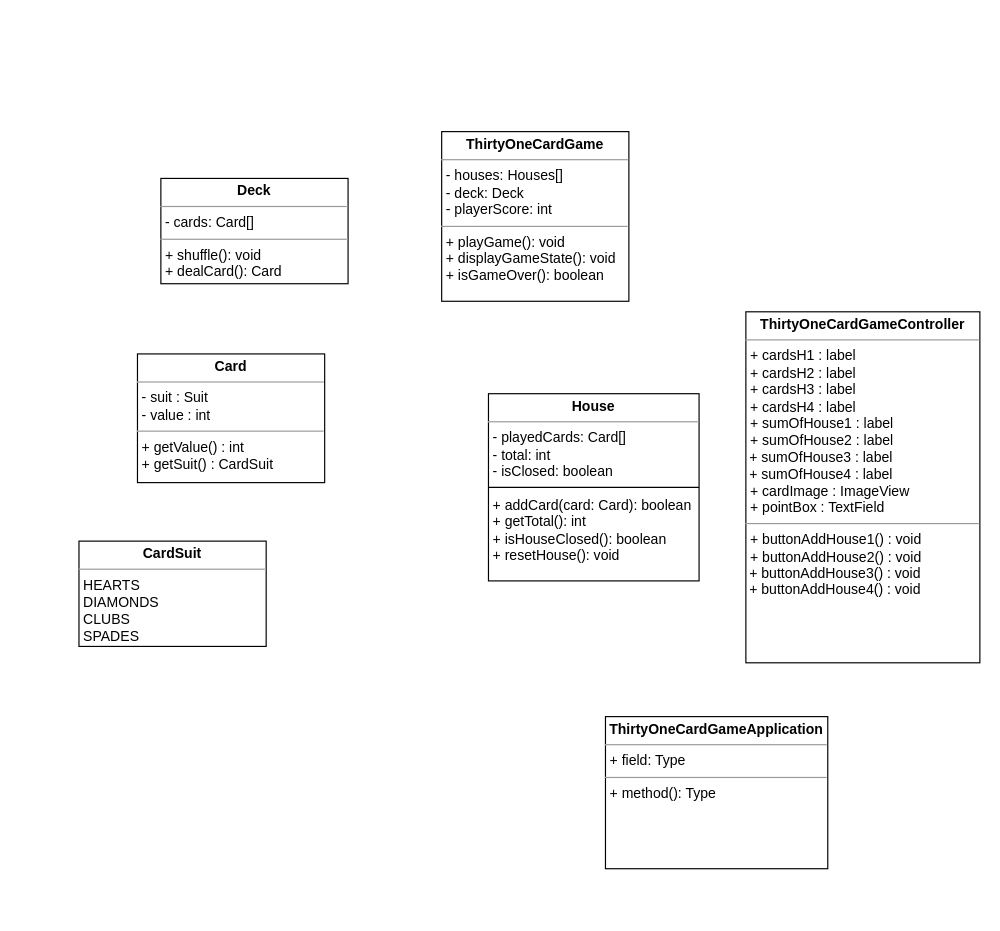
Panosvle/onedaychallenge2 keeps this draw.io diagram as oop_odc_v1.drawio. Above is the earlier version. Source tidied: cells renumbered, new cells numbered last; positions are measured from the earlier drawing's top-left corner, leaving out a move shared by most shapes. Both pictures are drawn from the tidied source at 117%, with x=0, y=0 at pixel (78, 131).
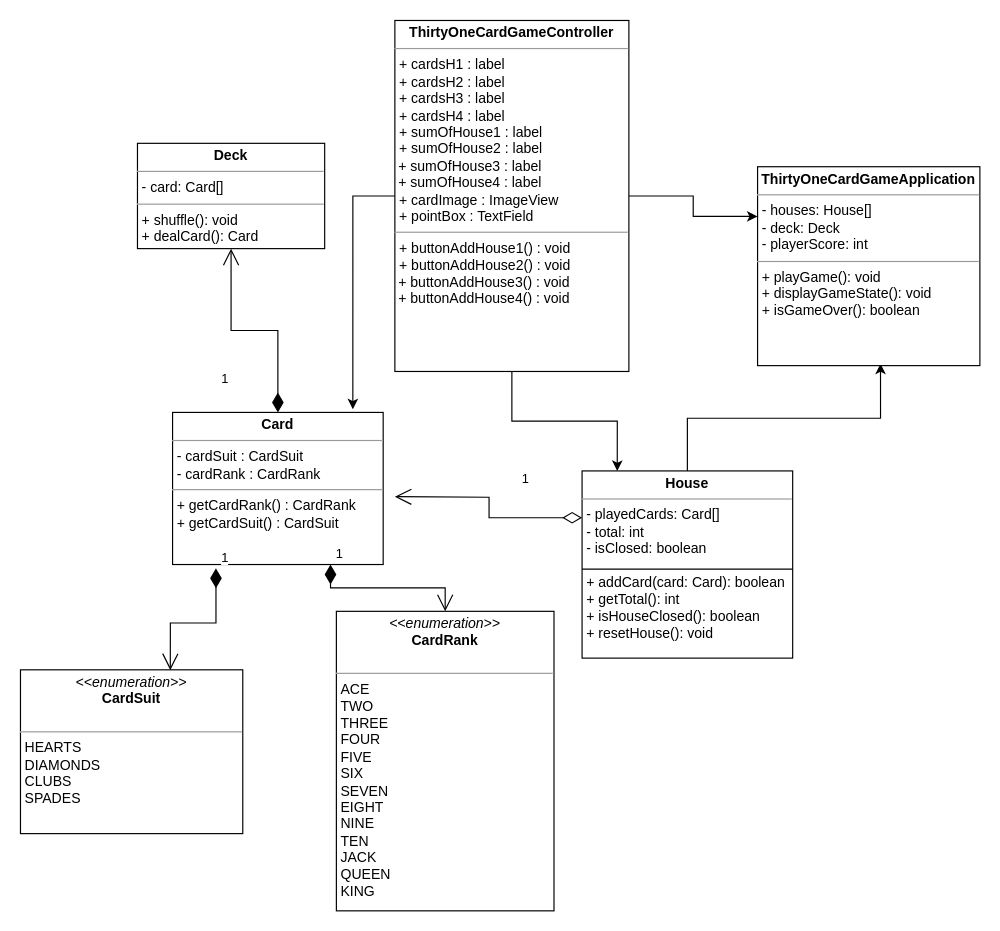
Above is the later version.

Diff of the diagram source:
```diff
@@
-    <mxCell id="2" value="&lt;p style=&quot;margin:0px;margin-top:4px;text-align:center;&quot;&gt;&lt;b&gt;Card&lt;/b&gt;&lt;/p&gt;&lt;hr size=&quot;1&quot;&gt;&lt;p style=&quot;margin:0px;margin-left:4px;&quot;&gt;- suit : Suit&lt;/p&gt;&lt;p style=&quot;margin:0px;margin-left:4px;&quot;&gt;- value : int&lt;/p&gt;&lt;hr size=&quot;1&quot;&gt;&lt;p style=&quot;margin:0px;margin-left:4px;&quot;&gt;+ getValue() : int&lt;/p&gt;&lt;p style=&quot;margin:0px;margin-left:4px;&quot;&gt;+ getSuit() : CardSuit&lt;/p&gt;&lt;p style=&quot;margin:0px;margin-left:4px;&quot;&gt;&lt;br&gt;&lt;/p&gt;&lt;p style=&quot;margin:0px;margin-left:4px;&quot;&gt;&lt;br&gt;&lt;/p&gt;" style="verticalAlign=top;align=left;overflow=fill;fontSize=12;fontFamily=Helvetica;html=1;whiteSpace=wrap;" parent="1" vertex="1">
-      <mxGeometry x="50" y="190" width="160" height="110" as="geometry" />
+    <mxCell id="2" value="&lt;p style=&quot;margin:0px;margin-top:4px;text-align:center;&quot;&gt;&lt;b&gt;Card&lt;/b&gt;&lt;/p&gt;&lt;hr size=&quot;1&quot;&gt;&lt;p style=&quot;margin:0px;margin-left:4px;&quot;&gt;- cardSuit : CardSuit&lt;/p&gt;&lt;p style=&quot;margin:0px;margin-left:4px;&quot;&gt;- cardRank : CardRank&lt;/p&gt;&lt;hr size=&quot;1&quot;&gt;&lt;p style=&quot;margin:0px;margin-left:4px;&quot;&gt;+ getCardRank() : CardRank&lt;/p&gt;&lt;p style=&quot;margin:0px;margin-left:4px;&quot;&gt;+ getCardSuit() : CardSuit&lt;/p&gt;&lt;p style=&quot;margin:0px;margin-left:4px;&quot;&gt;&lt;br&gt;&lt;/p&gt;&lt;p style=&quot;margin:0px;margin-left:4px;&quot;&gt;&lt;br&gt;&lt;/p&gt;" style="verticalAlign=top;align=left;overflow=fill;fontSize=12;fontFamily=Helvetica;html=1;whiteSpace=wrap;" parent="1" vertex="1">
+      <mxGeometry x="80" y="240" width="180" height="130" as="geometry" />
     </mxCell>
-    <mxCell id="3" value="&lt;p style=&quot;margin:0px;margin-top:4px;text-align:center;&quot;&gt;&lt;b&gt;CardSuit&lt;/b&gt;&lt;/p&gt;&lt;hr size=&quot;1&quot;&gt;&lt;p style=&quot;margin:0px;margin-left:4px;&quot;&gt;&lt;/p&gt;&lt;p style=&quot;margin:0px;margin-left:4px;&quot;&gt;HEARTS&lt;/p&gt;&lt;p style=&quot;margin:0px;margin-left:4px;&quot;&gt;DIAMONDS&lt;/p&gt;&lt;p style=&quot;margin:0px;margin-left:4px;&quot;&gt;CLUBS&lt;/p&gt;&lt;p style=&quot;margin:0px;margin-left:4px;&quot;&gt;SPADES&lt;/p&gt;" style="verticalAlign=top;align=left;overflow=fill;fontSize=12;fontFamily=Helvetica;html=1;whiteSpace=wrap;" parent="1" vertex="1">
-      <mxGeometry y="350" width="160" height="90" as="geometry" />
-    </mxCell>
-    <mxCell id="4" value="&lt;p style=&quot;margin:0px;margin-top:4px;text-align:center;&quot;&gt;&lt;b&gt;Deck&lt;/b&gt;&lt;/p&gt;&lt;hr size=&quot;1&quot;&gt;&lt;p style=&quot;margin:0px;margin-left:4px;&quot;&gt;- cards: Card[]&lt;/p&gt;&lt;hr size=&quot;1&quot;&gt;&lt;p style=&quot;margin:0px;margin-left:4px;&quot;&gt;+ shuffle(): void&lt;/p&gt;&lt;p style=&quot;margin:0px;margin-left:4px;&quot;&gt;+ dealCard(): Card&lt;/p&gt;" style="verticalAlign=top;align=left;overflow=fill;fontSize=12;fontFamily=Helvetica;html=1;whiteSpace=wrap;" parent="1" vertex="1">
-      <mxGeometry x="70" y="40" width="160" height="90" as="geometry" />
+    <mxCell id="4" value="&lt;p style=&quot;margin:0px;margin-top:4px;text-align:center;&quot;&gt;&lt;b&gt;Deck&lt;/b&gt;&lt;/p&gt;&lt;hr size=&quot;1&quot;&gt;&lt;p style=&quot;margin:0px;margin-left:4px;&quot;&gt;- card: Card[]&lt;/p&gt;&lt;hr size=&quot;1&quot;&gt;&lt;p style=&quot;margin:0px;margin-left:4px;&quot;&gt;+ shuffle(): void&lt;/p&gt;&lt;p style=&quot;margin:0px;margin-left:4px;&quot;&gt;+ dealCard(): Card&lt;/p&gt;" style="verticalAlign=top;align=left;overflow=fill;fontSize=12;fontFamily=Helvetica;html=1;whiteSpace=wrap;" parent="1" vertex="1">
+      <mxGeometry x="50" y="10" width="160" height="90" as="geometry" />
     </mxCell>
+    <mxCell id="10" style="edgeStyle=orthogonalEdgeStyle;rounded=0;jettySize=auto;html=1;exitX=0.5;exitY=0;exitDx=0;exitDy=0;entryX=0.553;entryY=0.99;entryDx=0;entryDy=0;entryPerimeter=0;" parent="1" edge="1" source="5" target="7">
+      <mxGeometry relative="1" as="geometry" />
+    </mxCell>
     <mxCell id="5" value="&lt;p style=&quot;margin:0px;margin-top:4px;text-align:center;&quot;&gt;&lt;b&gt;House&lt;/b&gt;&lt;/p&gt;&lt;hr size=&quot;1&quot;&gt;&lt;p style=&quot;margin:0px;margin-left:4px;&quot;&gt;- playedCards: Card[]&lt;/p&gt;&lt;p style=&quot;margin:0px;margin-left:4px;&quot;&gt;- total: int&lt;/p&gt;&lt;p style=&quot;margin:0px;margin-left:4px;&quot;&gt;- isClosed: boolean&lt;/p&gt;&lt;p style=&quot;margin:0px;margin-left:4px;&quot;&gt;&lt;br&gt;&lt;/p&gt;&lt;p style=&quot;margin:0px;margin-left:4px;&quot;&gt;+ addCard(card: Card): boolean&lt;/p&gt;&lt;p style=&quot;margin:0px;margin-left:4px;&quot;&gt;+ getTotal(): int&lt;/p&gt;&lt;p style=&quot;margin:0px;margin-left:4px;&quot;&gt;+ isHouseClosed(): boolean&lt;/p&gt;&lt;p style=&quot;margin:0px;margin-left:4px;&quot;&gt;+ resetHouse(): void&lt;/p&gt;" style="verticalAlign=top;align=left;overflow=fill;fontSize=12;fontFamily=Helvetica;html=1;whiteSpace=wrap;" parent="1" vertex="1">
-      <mxGeometry x="350" y="224" width="180" height="160" as="geometry" />
+      <mxGeometry x="430" y="290" width="180" height="160" as="geometry" />
     </mxCell>
     <mxCell id="6" style="line;strokeWidth=1;fillColor=none;align=left;verticalAlign=middle;spacingTop=-1;spacingLeft=3;spacingRight=3;labelPosition=right;strokeColor=inherit;" parent="1" vertex="1">
-      <mxGeometry x="350" y="300" width="180" height="8" as="geometry" />
+      <mxGeometry x="430" y="370" width="180" height="8" as="geometry" />
     </mxCell>
-    <mxCell id="7" value="&lt;p style=&quot;margin:0px;margin-top:4px;text-align:center;&quot;&gt;&lt;b&gt;ThirtyOneCardGame&lt;/b&gt;&lt;/p&gt;&lt;hr size=&quot;1&quot;&gt;&lt;p style=&quot;margin:0px;margin-left:4px;&quot;&gt;- houses: Houses[]&lt;/p&gt;&lt;p style=&quot;margin:0px;margin-left:4px;&quot;&gt;- deck: Deck&lt;/p&gt;&lt;p style=&quot;margin:0px;margin-left:4px;&quot;&gt;- playerScore: int&lt;/p&gt;&lt;hr size=&quot;1&quot;&gt;&lt;p style=&quot;margin:0px;margin-left:4px;&quot;&gt;+ playGame(): void&lt;/p&gt;&lt;p style=&quot;margin:0px;margin-left:4px;&quot;&gt;+ displayGameState(): void&lt;/p&gt;&lt;p style=&quot;margin:0px;margin-left:4px;&quot;&gt;+ isGameOver(): boolean&lt;/p&gt;" style="verticalAlign=top;align=left;overflow=fill;fontSize=12;fontFamily=Helvetica;html=1;whiteSpace=wrap;" parent="1" vertex="1">
-      <mxGeometry x="310" width="160" height="145" as="geometry" />
+    <mxCell id="7" value="&lt;p style=&quot;margin:0px;margin-top:4px;text-align:center;&quot;&gt;&lt;b&gt;ThirtyOneCardGameApplication&lt;/b&gt;&lt;/p&gt;&lt;hr size=&quot;1&quot;&gt;&lt;p style=&quot;margin:0px;margin-left:4px;&quot;&gt;- houses: House[]&lt;/p&gt;&lt;p style=&quot;margin:0px;margin-left:4px;&quot;&gt;- deck: Deck&lt;/p&gt;&lt;p style=&quot;margin:0px;margin-left:4px;&quot;&gt;- playerScore: int&lt;/p&gt;&lt;hr size=&quot;1&quot;&gt;&lt;p style=&quot;margin:0px;margin-left:4px;&quot;&gt;+ playGame(): void&lt;/p&gt;&lt;p style=&quot;margin:0px;margin-left:4px;&quot;&gt;+ displayGameState(): void&lt;/p&gt;&lt;p style=&quot;margin:0px;margin-left:4px;&quot;&gt;+ isGameOver(): boolean&lt;/p&gt;" style="verticalAlign=top;align=left;overflow=fill;fontSize=12;fontFamily=Helvetica;html=1;whiteSpace=wrap;" parent="1" vertex="1">
+      <mxGeometry x="580" y="30" width="190" height="170" as="geometry" />
     </mxCell>
+    <mxCell id="11" style="edgeStyle=orthogonalEdgeStyle;rounded=0;jettySize=auto;html=1;entryX=0.856;entryY=-0.021;entryDx=0;entryDy=0;entryPerimeter=0;" parent="1" edge="1" source="8" target="2">
+      <mxGeometry relative="1" as="geometry" />
+    </mxCell>
+    <mxCell id="12" style="edgeStyle=orthogonalEdgeStyle;rounded=0;jettySize=auto;html=1;entryX=0.167;entryY=0;entryDx=0;entryDy=0;entryPerimeter=0;" parent="1" edge="1" source="8" target="5">
+      <mxGeometry relative="1" as="geometry" />
+    </mxCell>
+    <mxCell id="13" style="edgeStyle=orthogonalEdgeStyle;rounded=0;jettySize=auto;html=1;exitX=1;exitY=0.5;exitDx=0;exitDy=0;entryX=0;entryY=0.25;entryDx=0;entryDy=0;" parent="1" edge="1" source="8" target="7">
+      <mxGeometry relative="1" as="geometry" />
+    </mxCell>
     <mxCell id="8" value="&lt;p style=&quot;margin:0px;margin-top:4px;text-align:center;&quot;&gt;&lt;b style=&quot;border-color: var(--border-color);&quot;&gt;ThirtyOneCardGameController&lt;/b&gt;&lt;br&gt;&lt;/p&gt;&lt;hr size=&quot;1&quot;&gt;&lt;p style=&quot;margin:0px;margin-left:4px;&quot;&gt;+ cardsH1 : label&lt;/p&gt;&lt;p style=&quot;margin:0px;margin-left:4px;&quot;&gt;+ cardsH2 : label&lt;/p&gt;&lt;p style=&quot;margin:0px;margin-left:4px;&quot;&gt;+ cardsH3 : label&lt;br&gt;&lt;/p&gt;&lt;p style=&quot;margin:0px;margin-left:4px;&quot;&gt;+ cardsH4 : label&lt;br&gt;&lt;/p&gt;&lt;p style=&quot;margin:0px;margin-left:4px;&quot;&gt;+ sumOfHouse1 : label&lt;br&gt;&lt;/p&gt;&lt;p style=&quot;margin:0px;margin-left:4px;&quot;&gt;+ sumOfHouse2 : label&amp;nbsp;&amp;nbsp;&lt;/p&gt;&amp;nbsp;+ sumOfHouse3&amp;nbsp;: label&lt;br&gt;&amp;nbsp;+ sumOfHouse4 : label&lt;br&gt;&lt;p style=&quot;margin:0px;margin-left:4px;&quot;&gt;+ cardImage : ImageView&lt;br&gt;&lt;/p&gt;&lt;p style=&quot;margin:0px;margin-left:4px;&quot;&gt;+ pointBox : TextField&lt;/p&gt;&lt;hr size=&quot;1&quot;&gt;&lt;p style=&quot;margin:0px;margin-left:4px;&quot;&gt;+&amp;nbsp;buttonAddHouse1&lt;span style=&quot;background-color: initial;&quot;&gt;() : void&lt;/span&gt;&lt;/p&gt;&lt;p style=&quot;margin:0px;margin-left:4px;&quot;&gt;&lt;span style=&quot;background-color: initial;&quot;&gt;+&amp;nbsp;&lt;/span&gt;buttonAddHouse2() : void&lt;/p&gt;&amp;nbsp;+ buttonAddHouse3() : void&lt;br&gt;&amp;nbsp;+ buttonAddHouse4() : void" style="verticalAlign=top;align=left;overflow=fill;fontSize=12;fontFamily=Helvetica;html=1;whiteSpace=wrap;" parent="1" vertex="1">
-      <mxGeometry x="570" y="154" width="200" height="300" as="geometry" />
+      <mxGeometry x="270" y="-95" width="200" height="300" as="geometry" />
     </mxCell>
-    <mxCell id="9" value="&lt;p style=&quot;margin:0px;margin-top:4px;text-align:center;&quot;&gt;&lt;b style=&quot;border-color: var(--border-color);&quot;&gt;ThirtyOneCardGameApplication&lt;/b&gt;&lt;br&gt;&lt;/p&gt;&lt;hr size=&quot;1&quot;&gt;&lt;p style=&quot;margin:0px;margin-left:4px;&quot;&gt;+ field: Type&lt;/p&gt;&lt;hr size=&quot;1&quot;&gt;&lt;p style=&quot;margin:0px;margin-left:4px;&quot;&gt;+ method(): Type&lt;/p&gt;" style="verticalAlign=top;align=left;overflow=fill;fontSize=12;fontFamily=Helvetica;html=1;whiteSpace=wrap;" parent="1" vertex="1">
-      <mxGeometry x="450" y="500" width="190" height="130" as="geometry" />
-    </mxCell>
+    <mxCell id="14" value="&lt;p style=&quot;margin:0px;margin-top:4px;text-align:center;&quot;&gt;&lt;i&gt;&amp;lt;&amp;lt;&lt;/i&gt;&lt;i style=&quot;border-color: var(--border-color);&quot;&gt;enumeration&lt;/i&gt;&lt;i&gt;&amp;gt;&amp;gt;&lt;/i&gt;&lt;br&gt;&lt;b&gt;CardSuit&lt;/b&gt;&lt;/p&gt;&lt;p style=&quot;margin:0px;margin-left:4px;&quot;&gt;&lt;br&gt;&lt;/p&gt;&lt;hr size=&quot;1&quot;&gt;&lt;p style=&quot;border-color: var(--border-color); margin: 0px 0px 0px 4px;&quot;&gt;HEARTS&lt;/p&gt;&lt;p style=&quot;border-color: var(--border-color); margin: 0px 0px 0px 4px;&quot;&gt;DIAMONDS&lt;/p&gt;&lt;p style=&quot;border-color: var(--border-color); margin: 0px 0px 0px 4px;&quot;&gt;CLUBS&lt;/p&gt;&lt;p style=&quot;border-color: var(--border-color); margin: 0px 0px 0px 4px;&quot;&gt;SPADES&lt;/p&gt;" style="verticalAlign=top;align=left;overflow=fill;fontSize=12;fontFamily=Helvetica;html=1;whiteSpace=wrap;" parent="1" vertex="1">
+      <mxGeometry x="-50" y="460" width="190" height="140" as="geometry" />
+    </mxCell>
+    <mxCell id="15" value="&lt;p style=&quot;margin:0px;margin-top:4px;text-align:center;&quot;&gt;&lt;i&gt;&amp;lt;&amp;lt;enumeration&amp;gt;&amp;gt;&lt;/i&gt;&lt;br&gt;&lt;b&gt;CardRank&lt;/b&gt;&lt;/p&gt;&lt;p style=&quot;margin:0px;margin-left:4px;&quot;&gt;&lt;br&gt;&lt;/p&gt;&lt;hr size=&quot;1&quot;&gt;&lt;p style=&quot;margin:0px;margin-left:4px;&quot;&gt;ACE&lt;/p&gt;&lt;p style=&quot;margin:0px;margin-left:4px;&quot;&gt;TWO&lt;/p&gt;&lt;p style=&quot;margin:0px;margin-left:4px;&quot;&gt;THREE&lt;/p&gt;&lt;p style=&quot;margin:0px;margin-left:4px;&quot;&gt;FOUR&lt;/p&gt;&lt;p style=&quot;margin:0px;margin-left:4px;&quot;&gt;FIVE&lt;/p&gt;&lt;p style=&quot;margin:0px;margin-left:4px;&quot;&gt;SIX&lt;/p&gt;&lt;p style=&quot;margin:0px;margin-left:4px;&quot;&gt;SEVEN&lt;/p&gt;&lt;p style=&quot;margin:0px;margin-left:4px;&quot;&gt;EIGHT&lt;/p&gt;&lt;p style=&quot;margin:0px;margin-left:4px;&quot;&gt;NINE&lt;/p&gt;&lt;p style=&quot;margin:0px;margin-left:4px;&quot;&gt;TEN&lt;/p&gt;&lt;p style=&quot;margin:0px;margin-left:4px;&quot;&gt;JACK&lt;/p&gt;&lt;p style=&quot;margin:0px;margin-left:4px;&quot;&gt;QUEEN&lt;/p&gt;&lt;p style=&quot;margin:0px;margin-left:4px;&quot;&gt;KING&lt;/p&gt;" style="verticalAlign=top;align=left;overflow=fill;fontSize=12;fontFamily=Helvetica;html=1;whiteSpace=wrap;" parent="1" vertex="1">
+      <mxGeometry x="220" y="410" width="186" height="256" as="geometry" />
+    </mxCell>
+    <mxCell id="16" value="1" style="endArrow=open;html=1;endSize=12;startArrow=diamondThin;startSize=14;startFill=1;edgeStyle=orthogonalEdgeStyle;align=left;verticalAlign=bottom;rounded=0;exitX=0.5;exitY=0;exitDx=0;exitDy=0;entryX=0.5;entryY=1;entryDx=0;entryDy=0;" parent="1" edge="1" source="2" target="4">
+      <mxGeometry x="-0.78" y="50" relative="1" as="geometry" />
+    </mxCell>
+    <mxCell id="17" value="1" style="endArrow=open;html=1;endSize=12;startArrow=diamondThin;startSize=14;startFill=1;edgeStyle=orthogonalEdgeStyle;align=left;verticalAlign=bottom;rounded=0;exitX=0.75;exitY=1;exitDx=0;exitDy=0;entryX=0.5;entryY=0;entryDx=0;entryDy=0;" parent="1" edge="1" source="2" target="15">
+      <mxGeometry x="-1" y="3" relative="1" as="geometry" />
+    </mxCell>
+    <mxCell id="18" value="1" style="endArrow=open;html=1;endSize=12;startArrow=diamondThin;startSize=14;startFill=1;edgeStyle=orthogonalEdgeStyle;align=left;verticalAlign=bottom;rounded=0;exitX=0.206;exitY=1.025;exitDx=0;exitDy=0;exitPerimeter=0;entryX=0.674;entryY=0.002;entryDx=0;entryDy=0;entryPerimeter=0;" parent="1" edge="1" source="2" target="14">
+      <mxGeometry x="-1" y="3" relative="1" as="geometry">
+        <Array as="points">
+          <mxPoint x="117" y="420" />
+          <mxPoint x="78" y="420" />
+        </Array>
+      </mxGeometry>
+    </mxCell>
+    <mxCell id="19" value="1" style="endArrow=open;html=1;endSize=12;startArrow=diamondThin;startSize=14;startFill=0;edgeStyle=orthogonalEdgeStyle;align=left;verticalAlign=bottom;rounded=0;exitX=0;exitY=0.25;exitDx=0;exitDy=0;" parent="1" edge="1" source="5">
+      <mxGeometry x="-0.4" y="-24" relative="1" as="geometry">
+        <mxPoint x="270" y="312" as="targetPoint" />
+      </mxGeometry>
+    </mxCell>
```
